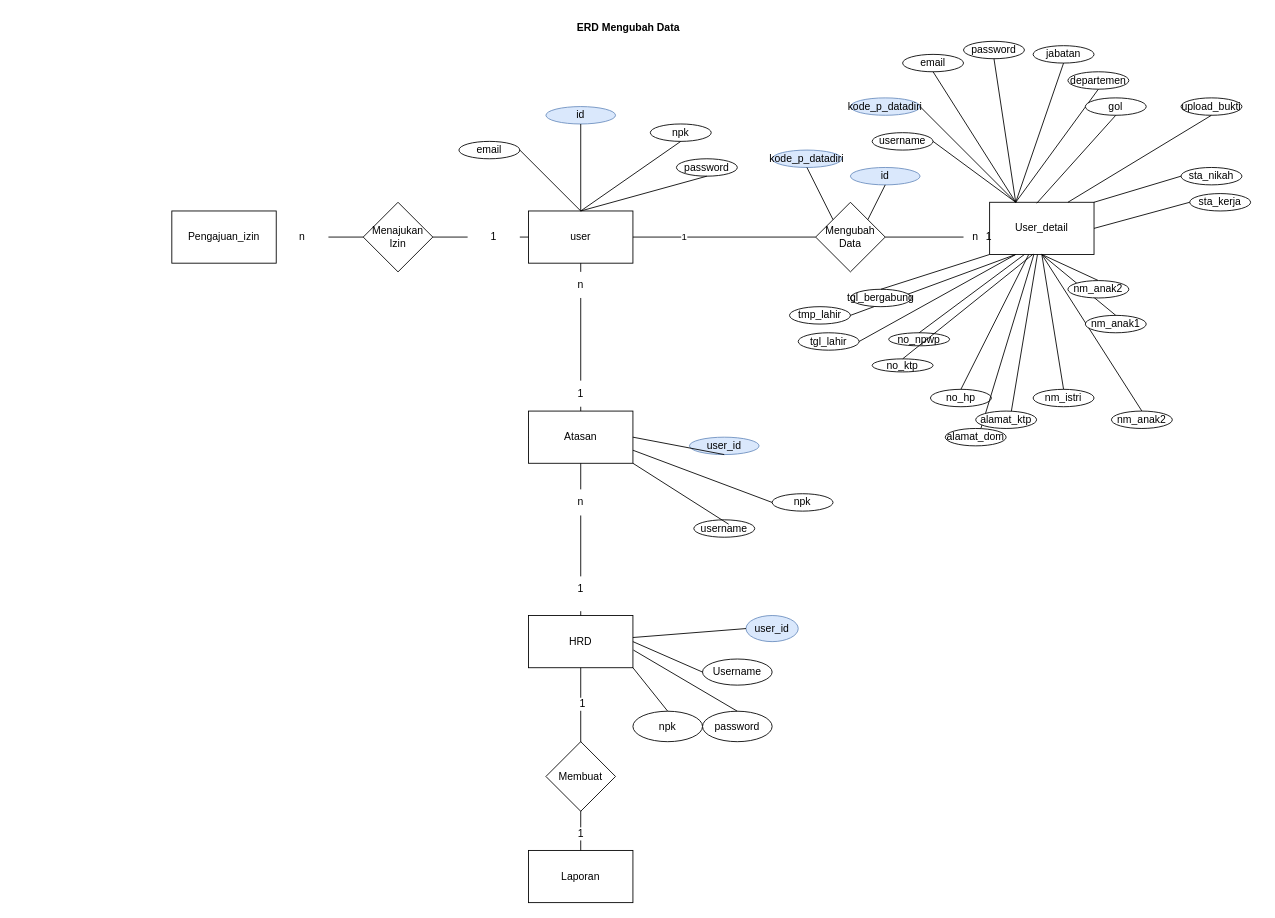
Earlier version of the draw.io diagram page "ERD" (2 of 6) of ERDS1AR/ERD S1AR.drawio (magang-aiia/ERD-Diagram). Source tidied: cells renumbered, new cells numbered last; positions are measured from the earlier drawing's top-left corner, leaving out a move shared by most shapes. Both pictures are drawn from the tidied source at 87%, with x=0, y=0 at pixel (171, 15).
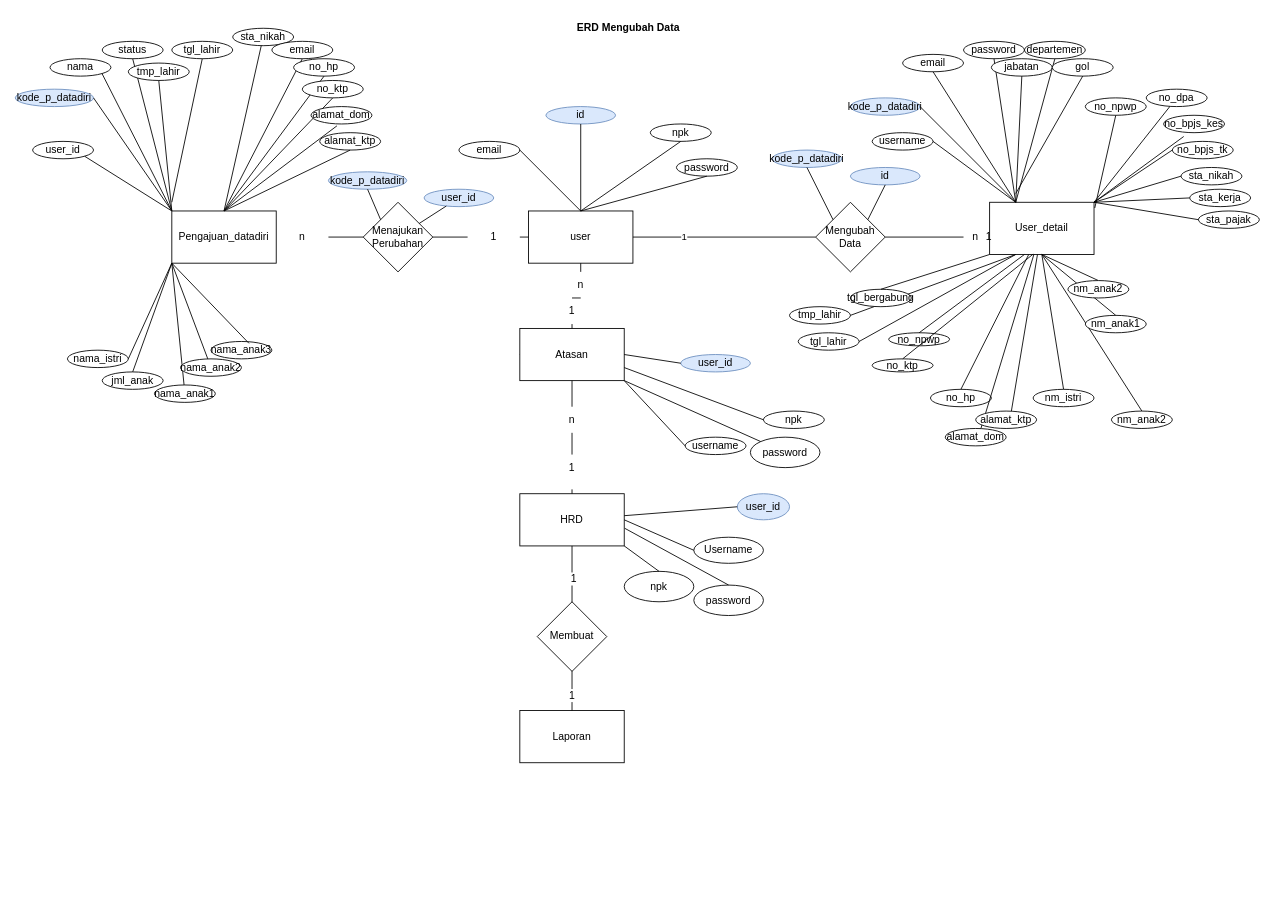
After the change.

The change refers to these unchanged cells:
```xml
<mxCell id="2" value="User_detail" style="rounded=0;whiteSpace=wrap;html=1;" parent="1" vertex="1">
  <mxGeometry x="940" y="215" width="120" height="60" as="geometry" />
</mxCell>
```

Change to the diagram source:
```diff
@@
     <mxCell id="17" value="jabatan" style="ellipse;whiteSpace=wrap;html=1;" parent="1" vertex="1">
-      <mxGeometry x="990" y="35" width="70" height="20" as="geometry" />
+      <mxGeometry x="942" y="50" width="70" height="20" as="geometry" />
     </mxCell>
@@
     <mxCell id="19" value="departemen" style="ellipse;whiteSpace=wrap;html=1;" parent="1" vertex="1">
-      <mxGeometry x="1030" y="65" width="70" height="20" as="geometry" />
+      <mxGeometry x="980" y="30" width="70" height="20" as="geometry" />
     </mxCell>
@@
     <mxCell id="53" value="HRD" style="rounded=0;whiteSpace=wrap;html=1;" parent="1" vertex="1">
-      <mxGeometry x="410" y="690" width="120" height="60" as="geometry" />
+      <mxGeometry x="400" y="550" width="120" height="60" as="geometry" />
     </mxCell>
     <mxCell id="54" value="Username" style="ellipse;whiteSpace=wrap;html=1;fontSize=12;" parent="1" vertex="1">
-      <mxGeometry x="610" y="740" width="80" height="30" as="geometry" />
+      <mxGeometry x="600" y="600" width="80" height="30" as="geometry" />
     </mxCell>
     <mxCell id="55" value="user_id" style="ellipse;whiteSpace=wrap;html=1;fontSize=12;fillColor=#dae8fc;strokeColor=#6c8ebf;" parent="1" vertex="1">
-      <mxGeometry x="660" y="690" width="60" height="30" as="geometry" />
+      <mxGeometry x="650" y="550" width="60" height="30" as="geometry" />
     </mxCell>
     <mxCell id="56" value="password" style="ellipse;whiteSpace=wrap;html=1;fontSize=12;" parent="1" vertex="1">
-      <mxGeometry x="610" y="800" width="80" height="35" as="geometry" />
+      <mxGeometry x="600" y="655" width="80" height="35" as="geometry" />
     </mxCell>
@@
     <mxCell id="60" value="Laporan" style="rounded=0;whiteSpace=wrap;html=1;fontSize=12;" parent="1" vertex="1">
-      <mxGeometry x="410" y="960" width="120" height="60" as="geometry" />
+      <mxGeometry x="400" y="799.2" width="120" height="60" as="geometry" />
     </mxCell>
@@
     <mxCell id="64" value="Membuat" style="rhombus;whiteSpace=wrap;html=1;fontSize=12;" parent="1" vertex="1">
-      <mxGeometry x="430" y="835" width="80" height="80" as="geometry" />
+      <mxGeometry x="420" y="674.2" width="80" height="80" as="geometry" />
     </mxCell>
@@
     <mxCell id="66" value="Atasan" style="rounded=0;whiteSpace=wrap;html=1;fontSize=12;" parent="1" vertex="1">
-      <mxGeometry x="410" y="455" width="120" height="60" as="geometry" />
+      <mxGeometry x="400" y="360" width="120" height="60" as="geometry" />
     </mxCell>
     <mxCell id="67" value="username" style="ellipse;whiteSpace=wrap;html=1;" parent="1" vertex="1">
-      <mxGeometry x="600" y="580" width="70" height="20" as="geometry" />
+      <mxGeometry x="590" y="485" width="70" height="20" as="geometry" />
     </mxCell>
     <mxCell id="68" value="user_id" style="ellipse;whiteSpace=wrap;html=1;fillColor=#dae8fc;strokeColor=#6c8ebf;" parent="1" vertex="1">
-      <mxGeometry x="595" y="485" width="80" height="20" as="geometry" />
+      <mxGeometry x="585" y="390" width="80" height="20" as="geometry" />
     </mxCell>
     <mxCell id="69" value="npk" style="ellipse;whiteSpace=wrap;html=1;" parent="1" vertex="1">
-      <mxGeometry x="690" y="550" width="70" height="20" as="geometry" />
+      <mxGeometry x="680" y="455" width="70" height="20" as="geometry" />
     </mxCell>
-    <mxCell id="70" style="endArrow=none;html=1;rounded=0;fontSize=12;exitX=1;exitY=1;exitDx=0;exitDy=0;" parent="1" edge="1" source="66">
-      <mxGeometry relative="1" as="geometry">
-        <mxPoint x="640" y="585" as="targetPoint" />
-      </mxGeometry>
+    <mxCell id="70" style="endArrow=none;html=1;rounded=0;fontSize=12;exitX=1;exitY=1;exitDx=0;exitDy=0;entryX=0;entryY=0.5;entryDx=0;entryDy=0;" parent="1" edge="1" source="66" target="67">
+      <mxGeometry relative="1" as="geometry" />
     </mxCell>
-    <mxCell id="71" style="endArrow=none;html=1;rounded=0;fontSize=12;entryX=0.5;entryY=1;entryDx=0;entryDy=0;exitX=1;exitY=0.5;exitDx=0;exitDy=0;" parent="1" edge="1" source="66" target="68">
+    <mxCell id="71" style="endArrow=none;html=1;rounded=0;fontSize=12;entryX=0;entryY=0.5;entryDx=0;entryDy=0;exitX=1;exitY=0.5;exitDx=0;exitDy=0;" parent="1" edge="1" source="66" target="68">
       <mxGeometry relative="1" as="geometry" />
     </mxCell>
@@
     <mxCell id="73" value="npk" style="ellipse;whiteSpace=wrap;html=1;fontSize=12;" parent="1" vertex="1">
-      <mxGeometry x="530" y="800" width="80" height="35" as="geometry" />
+      <mxGeometry x="520" y="639.2" width="80" height="35" as="geometry" />
     </mxCell>
@@
     <mxCell id="76" value="n" style="text;html=1;strokeColor=none;fillColor=none;align=center;verticalAlign=middle;whiteSpace=wrap;rounded=0;" parent="1" vertex="1">
-      <mxGeometry x="440" y="545" width="60" height="30" as="geometry" />
+      <mxGeometry x="430" y="450" width="60" height="30" as="geometry" />
     </mxCell>
@@
     <mxCell id="78" value="1" style="text;html=1;strokeColor=none;fillColor=none;align=center;verticalAlign=middle;whiteSpace=wrap;rounded=0;" parent="1" vertex="1">
-      <mxGeometry x="440" y="645" width="60" height="30" as="geometry" />
+      <mxGeometry x="430" y="505" width="60" height="30" as="geometry" />
     </mxCell>
     <mxCell id="79" style="endArrow=none;html=1;rounded=0;entryX=0.5;entryY=1;entryDx=0;entryDy=0;" parent="1" edge="1" source="53">
       <mxGeometry relative="1" as="geometry">
-        <mxPoint x="470" y="685" as="targetPoint" />
+        <mxPoint x="460" y="545" as="targetPoint" />
       </mxGeometry>
     </mxCell>
@@
     <mxCell id="83" value="1" style="text;html=1;strokeColor=none;fillColor=none;align=center;verticalAlign=middle;whiteSpace=wrap;rounded=0;" parent="1" vertex="1">
-      <mxGeometry x="440" y="420" width="60" height="30" as="geometry" />
+      <mxGeometry x="430" y="325" width="60" height="30" as="geometry" />
     </mxCell>
@@
-    <mxCell id="89" value="Pengajuan_izin" style="rounded=0;whiteSpace=wrap;html=1;" parent="1" vertex="1">
+    <mxCell id="89" value="Pengajuan_datadiri" style="rounded=0;whiteSpace=wrap;html=1;" parent="1" vertex="1">
       <mxGeometry y="225" width="120" height="60" as="geometry" />
     </mxCell>
@@
-    <mxCell id="91" value="Menajukan Izin" style="rhombus;whiteSpace=wrap;html=1;" parent="1" vertex="1">
+    <mxCell id="91" value="Menajukan Perubahan" style="rhombus;whiteSpace=wrap;html=1;" parent="1" vertex="1">
       <mxGeometry x="220" y="215" width="80" height="80" as="geometry" />
     </mxCell>
@@
-    <mxCell id="97" value="upload_bukti" style="ellipse;whiteSpace=wrap;html=1;" parent="1" vertex="1">
-      <mxGeometry x="1160" y="95" width="70" height="20" as="geometry" />
-    </mxCell>
-    <mxCell id="98" style="endArrow=none;html=1;rounded=0;entryX=0.5;entryY=1;entryDx=0;entryDy=0;exitX=0.75;exitY=0;exitDx=0;exitDy=0;" parent="1" edge="1" source="2" target="97">
-      <mxGeometry relative="1" as="geometry" />
-    </mxCell>
     <mxCell id="99" value="gol" style="ellipse;whiteSpace=wrap;html=1;" parent="1" vertex="1">
-      <mxGeometry x="1050" y="95" width="70" height="20" as="geometry" />
+      <mxGeometry x="1012" y="50" width="70" height="20" as="geometry" />
     </mxCell>
-    <mxCell id="100" style="endArrow=none;html=1;rounded=0;entryX=0.5;entryY=1;entryDx=0;entryDy=0;exitX=0.451;exitY=0.019;exitDx=0;exitDy=0;exitPerimeter=0;" parent="1" edge="1" source="2" target="99">
-      <mxGeometry relative="1" as="geometry" />
+    <mxCell id="100" style="endArrow=none;html=1;rounded=0;entryX=0.5;entryY=1;entryDx=0;entryDy=0;" parent="1" edge="1" target="99">
+      <mxGeometry relative="1" as="geometry">
+        <mxPoint x="970" y="205" as="sourcePoint" />
+      </mxGeometry>
     </mxCell>
@@
     <mxCell id="102" value="sta_kerja" style="ellipse;whiteSpace=wrap;html=1;" parent="1" vertex="1">
-      <mxGeometry x="1170" y="205" width="70" height="20" as="geometry" />
+      <mxGeometry x="1170" y="200" width="70" height="20" as="geometry" />
     </mxCell>
@@
-    <mxCell id="106" style="endArrow=none;html=1;rounded=0;entryX=0;entryY=0.5;entryDx=0;entryDy=0;exitX=1;exitY=0.5;exitDx=0;exitDy=0;" parent="1" edge="1" source="2" target="102">
+    <mxCell id="106" style="endArrow=none;html=1;rounded=0;entryX=0;entryY=0.5;entryDx=0;entryDy=0;exitX=1;exitY=0;exitDx=0;exitDy=0;" parent="1" edge="1" source="2" target="102">
       <mxGeometry relative="1" as="geometry" />
     </mxCell>
+    <mxCell id="107" value="sta_pajak" style="ellipse;whiteSpace=wrap;html=1;" parent="1" vertex="1">
+      <mxGeometry x="1180" y="225" width="70" height="20" as="geometry" />
+    </mxCell>
+    <mxCell id="108" value="user_id" style="ellipse;whiteSpace=wrap;html=1;" parent="1" vertex="1">
+      <mxGeometry x="-160" y="145" width="70" height="20" as="geometry" />
+    </mxCell>
+    <mxCell id="109" value="kode_p_datadiri" style="ellipse;whiteSpace=wrap;html=1;fillColor=#dae8fc;strokeColor=#6c8ebf;" parent="1" vertex="1">
+      <mxGeometry x="-180" y="85" width="90" height="20" as="geometry" />
+    </mxCell>
+    <mxCell id="110" value="status" style="ellipse;whiteSpace=wrap;html=1;" parent="1" vertex="1">
+      <mxGeometry x="-80" y="30" width="70" height="20" as="geometry" />
+    </mxCell>
+    <mxCell id="111" value="nama" style="ellipse;whiteSpace=wrap;html=1;" parent="1" vertex="1">
+      <mxGeometry x="-140" y="50" width="70" height="20" as="geometry" />
+    </mxCell>
+    <mxCell id="112" style="endArrow=none;html=1;rounded=0;exitX=1;exitY=1;exitDx=0;exitDy=0;entryX=0;entryY=0;entryDx=0;entryDy=0;" parent="1" edge="1" source="108" target="89">
+      <mxGeometry relative="1" as="geometry" />
+    </mxCell>
+    <mxCell id="113" style="endArrow=none;html=1;rounded=0;entryX=1;entryY=0.5;entryDx=0;entryDy=0;" parent="1" edge="1" target="109">
+      <mxGeometry relative="1" as="geometry">
+        <mxPoint y="225" as="sourcePoint" />
+      </mxGeometry>
+    </mxCell>
+    <mxCell id="114" style="endArrow=none;html=1;rounded=0;entryX=1;entryY=1;entryDx=0;entryDy=0;" parent="1" edge="1" target="111">
+      <mxGeometry relative="1" as="geometry">
+        <mxPoint y="225" as="sourcePoint" />
+      </mxGeometry>
+    </mxCell>
+    <mxCell id="115" style="endArrow=none;html=1;rounded=0;entryX=0.5;entryY=1;entryDx=0;entryDy=0;" parent="1" edge="1" target="110">
+      <mxGeometry relative="1" as="geometry">
+        <mxPoint y="225" as="sourcePoint" />
+      </mxGeometry>
+    </mxCell>
+    <mxCell id="116" value="tmp_lahir" style="ellipse;whiteSpace=wrap;html=1;" parent="1" vertex="1">
+      <mxGeometry x="-50" y="55" width="70" height="20" as="geometry" />
+    </mxCell>
+    <mxCell id="117" value="tgl_lahir" style="ellipse;whiteSpace=wrap;html=1;" parent="1" vertex="1">
+      <mxGeometry y="30" width="70" height="20" as="geometry" />
+    </mxCell>
+    <mxCell id="118" style="endArrow=none;html=1;rounded=0;entryX=0.5;entryY=1;entryDx=0;entryDy=0;" parent="1" edge="1" target="116">
+      <mxGeometry relative="1" as="geometry">
+        <mxPoint y="225" as="sourcePoint" />
+      </mxGeometry>
+    </mxCell>
+    <mxCell id="119" style="endArrow=none;html=1;rounded=0;entryX=0.5;entryY=1;entryDx=0;entryDy=0;" parent="1" edge="1" target="117">
+      <mxGeometry relative="1" as="geometry">
+        <mxPoint y="215" as="sourcePoint" />
+      </mxGeometry>
+    </mxCell>
+    <mxCell id="120" value="sta_nikah" style="ellipse;whiteSpace=wrap;html=1;" parent="1" vertex="1">
+      <mxGeometry x="70" y="15" width="70" height="20" as="geometry" />
+    </mxCell>
+    <mxCell id="121" style="endArrow=none;html=1;rounded=0;exitX=0.5;exitY=0;exitDx=0;exitDy=0;" parent="1" edge="1" source="89" target="120">
+      <mxGeometry relative="1" as="geometry" />
+    </mxCell>
+    <mxCell id="122" value="email" style="ellipse;whiteSpace=wrap;html=1;" parent="1" vertex="1">
+      <mxGeometry x="115" y="30" width="70" height="20" as="geometry" />
+    </mxCell>
+    <mxCell id="123" style="endArrow=none;html=1;rounded=0;entryX=0.5;entryY=1;entryDx=0;entryDy=0;exitX=0.5;exitY=0;exitDx=0;exitDy=0;" parent="1" edge="1" source="89" target="122">
+      <mxGeometry relative="1" as="geometry" />
+    </mxCell>
+    <mxCell id="124" value="no_hp" style="ellipse;whiteSpace=wrap;html=1;" parent="1" vertex="1">
+      <mxGeometry x="140" y="50" width="70" height="20" as="geometry" />
+    </mxCell>
+    <mxCell id="125" style="endArrow=none;html=1;rounded=0;entryX=0.5;entryY=1;entryDx=0;entryDy=0;exitX=0.5;exitY=0;exitDx=0;exitDy=0;" parent="1" edge="1" source="89" target="124">
+      <mxGeometry relative="1" as="geometry" />
+    </mxCell>
+    <mxCell id="126" value="no_ktp" style="ellipse;whiteSpace=wrap;html=1;" parent="1" vertex="1">
+      <mxGeometry x="150" y="75" width="70" height="20" as="geometry" />
+    </mxCell>
+    <mxCell id="127" style="endArrow=none;html=1;rounded=0;entryX=0.5;entryY=1;entryDx=0;entryDy=0;exitX=0.5;exitY=0;exitDx=0;exitDy=0;" parent="1" edge="1" source="89" target="126">
+      <mxGeometry relative="1" as="geometry" />
+    </mxCell>
+    <mxCell id="128" value="alamat_dom" style="ellipse;whiteSpace=wrap;html=1;" parent="1" vertex="1">
+      <mxGeometry x="160" y="105" width="70" height="20" as="geometry" />
+    </mxCell>
+    <mxCell id="129" style="endArrow=none;html=1;rounded=0;entryX=0.425;entryY=1.108;entryDx=0;entryDy=0;entryPerimeter=0;" parent="1" edge="1" target="128">
+      <mxGeometry relative="1" as="geometry">
+        <mxPoint x="60" y="225" as="sourcePoint" />
+      </mxGeometry>
+    </mxCell>
+    <mxCell id="130" value="alamat_ktp" style="ellipse;whiteSpace=wrap;html=1;" parent="1" vertex="1">
+      <mxGeometry x="170" y="135" width="70" height="20" as="geometry" />
+    </mxCell>
+    <mxCell id="131" style="endArrow=none;html=1;rounded=0;entryX=0.5;entryY=1;entryDx=0;entryDy=0;exitX=0.5;exitY=0;exitDx=0;exitDy=0;" parent="1" edge="1" source="89" target="130">
+      <mxGeometry relative="1" as="geometry" />
+    </mxCell>
+    <mxCell id="132" value="nama_istri" style="ellipse;whiteSpace=wrap;html=1;" parent="1" vertex="1">
+      <mxGeometry x="-120" y="385" width="70" height="20" as="geometry" />
+    </mxCell>
+    <mxCell id="133" style="endArrow=none;html=1;rounded=0;entryX=0;entryY=1;entryDx=0;entryDy=0;exitX=1;exitY=0.5;exitDx=0;exitDy=0;" parent="1" edge="1" source="132" target="89">
+      <mxGeometry relative="1" as="geometry" />
+    </mxCell>
+    <mxCell id="134" value="jml_anak" style="ellipse;whiteSpace=wrap;html=1;" parent="1" vertex="1">
+      <mxGeometry x="-80" y="410" width="70" height="20" as="geometry" />
+    </mxCell>
+    <mxCell id="135" style="endArrow=none;html=1;rounded=0;exitX=0.5;exitY=0;exitDx=0;exitDy=0;entryX=0;entryY=1;entryDx=0;entryDy=0;" parent="1" edge="1" source="134" target="89">
+      <mxGeometry relative="1" as="geometry" />
+    </mxCell>
+    <mxCell id="136" value="nama_anak1" style="ellipse;whiteSpace=wrap;html=1;" parent="1" vertex="1">
+      <mxGeometry x="-20" y="425" width="70" height="20" as="geometry" />
+    </mxCell>
+    <mxCell id="137" style="endArrow=none;html=1;rounded=0;entryX=0;entryY=1;entryDx=0;entryDy=0;" parent="1" edge="1" source="136" target="89">
+      <mxGeometry relative="1" as="geometry" />
+    </mxCell>
+    <mxCell id="138" value="nama_anak2" style="ellipse;whiteSpace=wrap;html=1;" parent="1" vertex="1">
+      <mxGeometry x="10" y="395" width="70" height="20" as="geometry" />
+    </mxCell>
+    <mxCell id="139" style="endArrow=none;html=1;rounded=0;entryX=0;entryY=1;entryDx=0;entryDy=0;" parent="1" edge="1" source="138" target="89">
+      <mxGeometry relative="1" as="geometry" />
+    </mxCell>
+    <mxCell id="140" value="nama_anak3" style="ellipse;whiteSpace=wrap;html=1;" parent="1" vertex="1">
+      <mxGeometry x="45" y="375" width="70" height="20" as="geometry" />
+    </mxCell>
+    <mxCell id="141" style="endArrow=none;html=1;rounded=0;entryX=0;entryY=1;entryDx=0;entryDy=0;exitX=0.624;exitY=0.108;exitDx=0;exitDy=0;exitPerimeter=0;" parent="1" edge="1" source="140" target="89">
+      <mxGeometry relative="1" as="geometry" />
+    </mxCell>
+    <mxCell id="142" style="endArrow=none;html=1;rounded=0;exitX=1;exitY=0;exitDx=0;exitDy=0;entryX=0;entryY=0.5;entryDx=0;entryDy=0;" parent="1" edge="1" source="2" target="107">
+      <mxGeometry relative="1" as="geometry" />
+    </mxCell>
+    <mxCell id="143" value="no_bpjs_kes" style="ellipse;whiteSpace=wrap;html=1;" parent="1" vertex="1">
+      <mxGeometry x="1140" y="115" width="70" height="20" as="geometry" />
+    </mxCell>
+    <mxCell id="144" value="no_bpjs_tk" style="ellipse;whiteSpace=wrap;html=1;" parent="1" vertex="1">
+      <mxGeometry x="1150" y="145" width="70" height="20" as="geometry" />
+    </mxCell>
+    <mxCell id="145" style="endArrow=none;html=1;rounded=0;entryX=0.33;entryY=1.219;entryDx=0;entryDy=0;entryPerimeter=0;" parent="1" edge="1" target="143">
+      <mxGeometry relative="1" as="geometry">
+        <mxPoint x="1060" y="215" as="sourcePoint" />
+      </mxGeometry>
+    </mxCell>
+    <mxCell id="146" style="endArrow=none;html=1;rounded=0;entryX=0;entryY=0.5;entryDx=0;entryDy=0;exitX=1;exitY=0;exitDx=0;exitDy=0;" parent="1" edge="1" source="2" target="144">
+      <mxGeometry relative="1" as="geometry" />
+    </mxCell>
+    <mxCell id="147" value="no_dpa" style="ellipse;whiteSpace=wrap;html=1;" parent="1" vertex="1">
+      <mxGeometry x="1120" y="85" width="70" height="20" as="geometry" />
+    </mxCell>
+    <mxCell id="148" style="endArrow=none;html=1;rounded=0;exitX=1;exitY=0;exitDx=0;exitDy=0;" parent="1" edge="1" source="2" target="147">
+      <mxGeometry relative="1" as="geometry" />
+    </mxCell>
+    <mxCell id="149" value="no_npwp" style="ellipse;whiteSpace=wrap;html=1;" parent="1" vertex="1">
+      <mxGeometry x="1050" y="95" width="70" height="20" as="geometry" />
+    </mxCell>
+    <mxCell id="150" style="endArrow=none;html=1;rounded=0;entryX=0.5;entryY=1;entryDx=0;entryDy=0;exitX=1.007;exitY=0.11;exitDx=0;exitDy=0;exitPerimeter=0;" parent="1" edge="1" source="2" target="149">
+      <mxGeometry relative="1" as="geometry" />
+    </mxCell>
+    <mxCell id="151" value="password" style="ellipse;whiteSpace=wrap;html=1;fontSize=12;" parent="1" vertex="1">
+      <mxGeometry x="665" y="485" width="80" height="35" as="geometry" />
+    </mxCell>
+    <mxCell id="152" style="endArrow=none;html=1;rounded=0;exitX=1;exitY=1;exitDx=0;exitDy=0;" parent="1" edge="1" source="66" target="151">
+      <mxGeometry relative="1" as="geometry" />
+    </mxCell>
+    <mxCell id="153" value="kode_p_datadiri" style="ellipse;whiteSpace=wrap;html=1;fillColor=#dae8fc;strokeColor=#6c8ebf;" parent="1" vertex="1">
+      <mxGeometry x="180" y="180" width="90" height="20" as="geometry" />
+    </mxCell>
+    <mxCell id="154" style="endArrow=none;html=1;rounded=0;entryX=0.5;entryY=1;entryDx=0;entryDy=0;exitX=0;exitY=0;exitDx=0;exitDy=0;" parent="1" edge="1" source="91" target="153">
+      <mxGeometry relative="1" as="geometry" />
+    </mxCell>
+    <mxCell id="155" value="user_id" style="ellipse;whiteSpace=wrap;html=1;fillColor=#dae8fc;strokeColor=#6c8ebf;" parent="1" vertex="1">
+      <mxGeometry x="290" y="200" width="80" height="20" as="geometry" />
+    </mxCell>
+    <mxCell id="156" style="endArrow=none;html=1;rounded=0;" parent="1" edge="1" source="91" target="155">
+      <mxGeometry relative="1" as="geometry" />
+    </mxCell>
```
